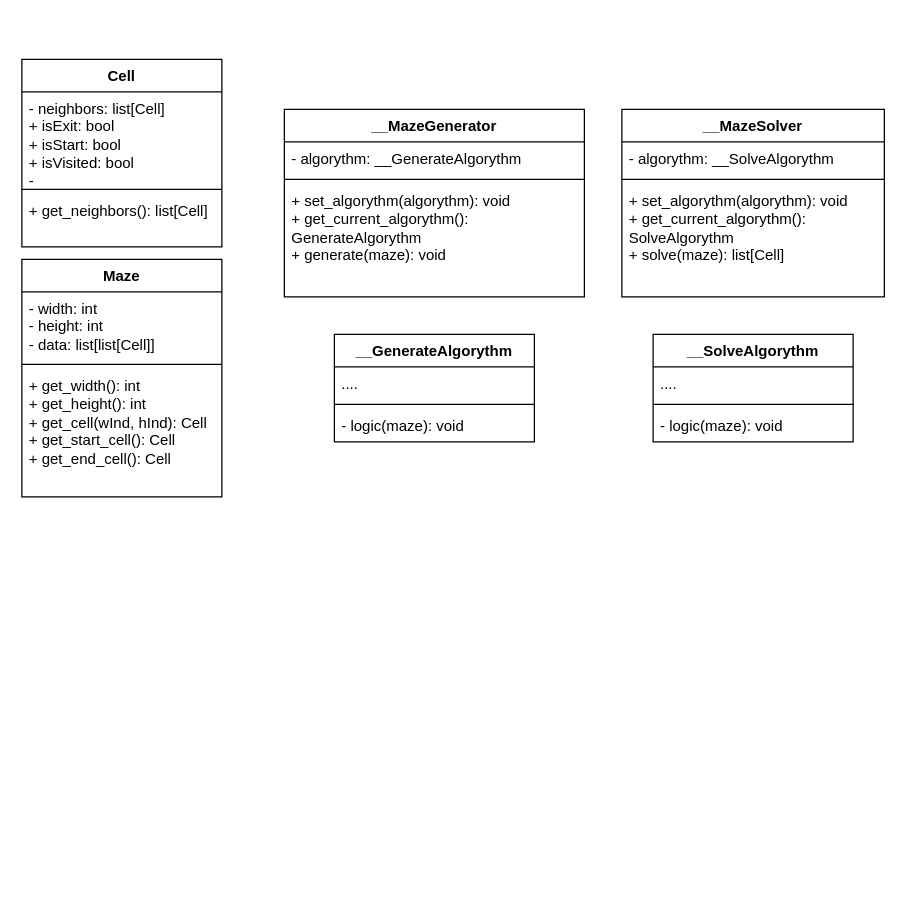
Before: extra/uml_design/uml.drawio in zonixx-it/maze-project, a draw.io diagram. Source tidied: cells renumbered, new cells numbered last; positions are measured from the earlier drawing's top-left corner, leaving out a move shared by most shapes. Both pictures are drawn from the tidied source at 125%, with x=0, y=0 at pixel (21, 59).
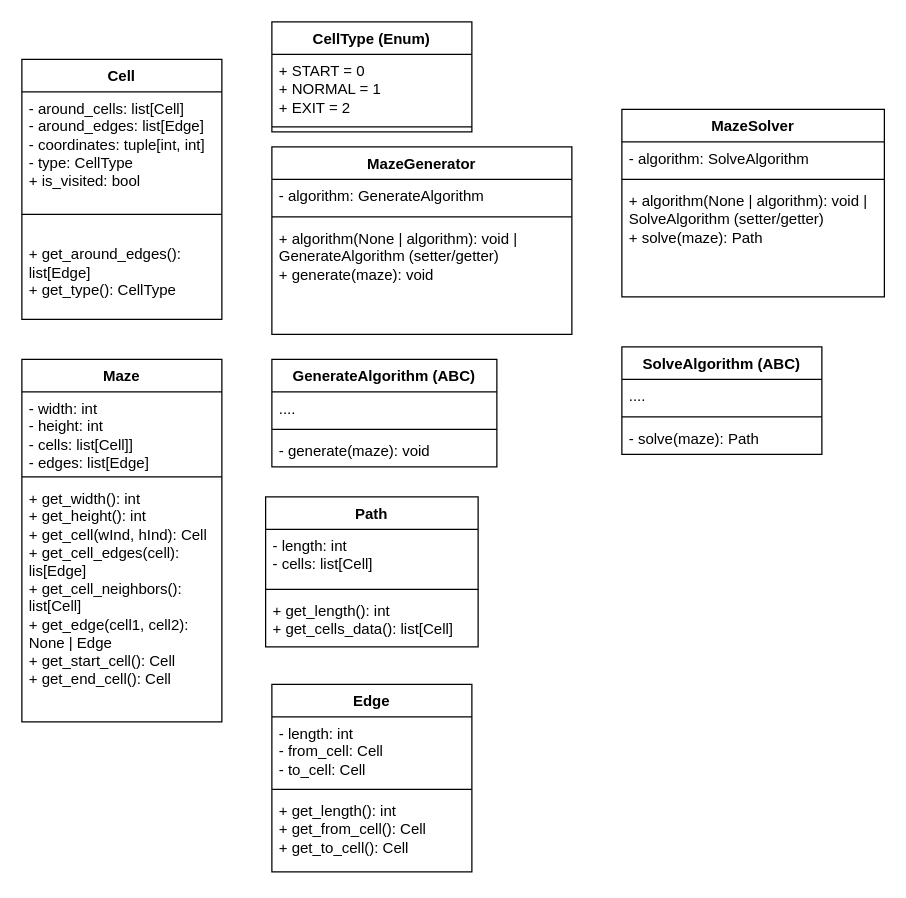
Above is the later version.

Commit message (it also covers changes not shown here):
docs: big refactor of UML design

- Add Path and Edge classes
- Change solvers and generators classes to abstract classes
- Add bunch of new methods and params
- Resolve type conclusions
- Fix syntax and logic mistakes

What changed in the source:
```diff
@@
     <mxCell id="2" value="Maze" style="swimlane;fontStyle=1;align=center;verticalAlign=top;horizontal=1;startSize=26;whiteSpace=wrap;html=1;" parent="1" vertex="1">
-      <mxGeometry y="160" width="160" height="190" as="geometry" />
+      <mxGeometry y="240" width="160" height="290" as="geometry" />
     </mxCell>
-    <mxCell id="3" value="&lt;div&gt;- width: int&lt;/div&gt;&lt;div&gt;- height: int&lt;/div&gt;&lt;div&gt;- data: list[list[Cell]]&lt;/div&gt;" style="text;strokeColor=none;fillColor=none;align=left;verticalAlign=top;spacingLeft=4;spacingRight=4;overflow=hidden;whiteSpace=wrap;html=1;" parent="2" vertex="1">
-      <mxGeometry y="26" width="160" height="54" as="geometry" />
+    <mxCell id="3" value="&lt;div&gt;- width: int&lt;/div&gt;&lt;div&gt;- height: int&lt;/div&gt;&lt;div&gt;- cells: list[Cell]]&lt;/div&gt;&lt;div&gt;- edges: list[Edge]&lt;/div&gt;" style="text;strokeColor=none;fillColor=none;align=left;verticalAlign=top;spacingLeft=4;spacingRight=4;overflow=hidden;whiteSpace=wrap;html=1;" parent="2" vertex="1">
+      <mxGeometry y="26" width="160" height="64" as="geometry" />
     </mxCell>
     <mxCell id="4" style="line;strokeWidth=1;fillColor=none;align=left;verticalAlign=middle;spacingTop=-1;spacingLeft=3;spacingRight=3;labelPosition=right;strokeColor=inherit;" parent="2" vertex="1">
-      <mxGeometry y="80" width="160" height="8" as="geometry" />
+      <mxGeometry y="90" width="160" height="8" as="geometry" />
     </mxCell>
-    <mxCell id="5" value="&lt;div&gt;+ get_width(): int&lt;/div&gt;&lt;div&gt;+ get_height(): int&lt;/div&gt;&lt;div&gt;+ get_cell(wInd, hInd): Cell&lt;/div&gt;&lt;div&gt;+ get_start_cell(): Cell&lt;/div&gt;&lt;div&gt;+ get_end_cell(): Cell&lt;/div&gt;&lt;div&gt;&lt;br&gt;&lt;/div&gt;" style="text;strokeColor=none;fillColor=none;align=left;verticalAlign=top;spacingLeft=4;spacingRight=4;overflow=hidden;whiteSpace=wrap;html=1;" parent="2" vertex="1">
-      <mxGeometry y="88" width="160" height="102" as="geometry" />
+    <mxCell id="5" value="&lt;div&gt;+ get_width(): int&lt;/div&gt;&lt;div&gt;+ get_height(): int&lt;/div&gt;&lt;div&gt;+ get_cell(wInd, hInd): Cell&lt;/div&gt;&lt;div&gt;+ get_cell_edges(cell): lis[Edge]&lt;/div&gt;&lt;div&gt;+ get_cell_neighbors(): list[Cell]&lt;/div&gt;&lt;div&gt;+ get_edge(cell1, cell2): None | Edge&lt;/div&gt;&lt;div&gt;+ get_start_cell(): Cell&lt;/div&gt;&lt;div&gt;+ get_end_cell(): Cell&lt;/div&gt;&lt;div&gt;&lt;br&gt;&lt;/div&gt;" style="text;strokeColor=none;fillColor=none;align=left;verticalAlign=top;spacingLeft=4;spacingRight=4;overflow=hidden;whiteSpace=wrap;html=1;" parent="2" vertex="1">
+      <mxGeometry y="98" width="160" height="192" as="geometry" />
     </mxCell>
-    <mxCell id="6" value="__MazeGenerator" style="swimlane;fontStyle=1;align=center;verticalAlign=top;horizontal=1;startSize=26;whiteSpace=wrap;html=1;" parent="1" vertex="1">
-      <mxGeometry x="210" y="40" width="240" height="150" as="geometry" />
+    <mxCell id="6" value="MazeGenerator" style="swimlane;fontStyle=1;align=center;verticalAlign=top;horizontal=1;startSize=26;whiteSpace=wrap;html=1;" parent="1" vertex="1">
+      <mxGeometry x="200" y="70" width="240" height="150" as="geometry" />
     </mxCell>
-    <mxCell id="7" value="- algorythm: __GenerateAlgorythm" style="text;strokeColor=none;fillColor=none;align=left;verticalAlign=top;spacingLeft=4;spacingRight=4;overflow=hidden;whiteSpace=wrap;html=1;" parent="6" vertex="1">
+    <mxCell id="7" value="- algorithm: GenerateAlgorithm" style="text;strokeColor=none;fillColor=none;align=left;verticalAlign=top;spacingLeft=4;spacingRight=4;overflow=hidden;whiteSpace=wrap;html=1;" parent="6" vertex="1">
       <mxGeometry y="26" width="240" height="26" as="geometry" />
     </mxCell>
@@
-    <mxCell id="9" value="&lt;div&gt;+ set_algorythm(algorythm): void&lt;/div&gt;&lt;div&gt;+ get_current_algorythm(): GenerateAlgorythm&lt;/div&gt;&lt;div&gt;+ generate(maze): void&lt;/div&gt;&lt;div&gt;&lt;br&gt;&lt;/div&gt;" style="text;strokeColor=none;fillColor=none;align=left;verticalAlign=top;spacingLeft=4;spacingRight=4;overflow=hidden;whiteSpace=wrap;html=1;" parent="6" vertex="1">
+    <mxCell id="9" value="&lt;div&gt;+ algorithm(None | algorithm): void | GenerateAlgorithm (setter/getter)&lt;/div&gt;&lt;div&gt;+ generate(maze): void&lt;/div&gt;&lt;div&gt;&lt;br&gt;&lt;/div&gt;" style="text;strokeColor=none;fillColor=none;align=left;verticalAlign=top;spacingLeft=4;spacingRight=4;overflow=hidden;whiteSpace=wrap;html=1;" parent="6" vertex="1">
       <mxGeometry y="60" width="240" height="90" as="geometry" />
     </mxCell>
     <mxCell id="10" value="Cell" style="swimlane;fontStyle=1;align=center;verticalAlign=top;horizontal=1;startSize=26;whiteSpace=wrap;html=1;" parent="1" vertex="1">
-      <mxGeometry width="160" height="150" as="geometry" />
+      <mxGeometry width="160" height="208" as="geometry" />
     </mxCell>
-    <mxCell id="11" value="&lt;div&gt;- neighbors: list[Cell]&lt;/div&gt;&lt;div&gt;+ isExit: bool&lt;/div&gt;&lt;div&gt;+ isStart: bool&lt;/div&gt;&lt;div&gt;+ isVisited: bool&lt;/div&gt;&lt;div&gt;-&lt;/div&gt;" style="text;strokeColor=none;fillColor=none;align=left;verticalAlign=top;spacingLeft=4;spacingRight=4;overflow=hidden;whiteSpace=wrap;html=1;" parent="10" vertex="1">
-      <mxGeometry y="26" width="160" height="74" as="geometry" />
+    <mxCell id="11" value="&lt;div&gt;- around_cells: list[Cell]&lt;/div&gt;&lt;div&gt;- around_edges: list[Edge]&lt;/div&gt;&lt;div&gt;- coordinates: tuple[int, int]&lt;/div&gt;- type: CellType&lt;div&gt;+ is_visited: bool&lt;/div&gt;" style="text;strokeColor=none;fillColor=none;align=left;verticalAlign=top;spacingLeft=4;spacingRight=4;overflow=hidden;whiteSpace=wrap;html=1;" parent="10" vertex="1">
+      <mxGeometry y="26" width="160" height="94" as="geometry" />
     </mxCell>
     <mxCell id="12" style="line;strokeWidth=1;fillColor=none;align=left;verticalAlign=middle;spacingTop=-1;spacingLeft=3;spacingRight=3;labelPosition=right;strokeColor=inherit;" parent="10" vertex="1">
-      <mxGeometry y="100" width="160" height="8" as="geometry" />
+      <mxGeometry y="120" width="160" height="8" as="geometry" />
     </mxCell>
-    <mxCell id="13" value="+ get_neighbors(): list[Cell]" style="text;strokeColor=none;fillColor=none;align=left;verticalAlign=top;spacingLeft=4;spacingRight=4;overflow=hidden;whiteSpace=wrap;html=1;" parent="10" vertex="1">
-      <mxGeometry y="108" width="160" height="42" as="geometry" />
+    <mxCell id="13" value="&lt;div&gt;&lt;br&gt;&lt;/div&gt;&lt;div&gt;+ get_around_edges(): list[Edge]&lt;/div&gt;&lt;div&gt;+ get_type(): CellType&lt;/div&gt;" style="text;strokeColor=none;fillColor=none;align=left;verticalAlign=top;spacingLeft=4;spacingRight=4;overflow=hidden;whiteSpace=wrap;html=1;" parent="10" vertex="1">
+      <mxGeometry y="128" width="160" height="80" as="geometry" />
     </mxCell>
-    <mxCell id="14" value="__GenerateAlgorythm" style="swimlane;fontStyle=1;align=center;verticalAlign=top;horizontal=1;startSize=26;whiteSpace=wrap;html=1;" parent="1" vertex="1">
-      <mxGeometry x="250" y="220" width="160" height="86" as="geometry" />
+    <mxCell id="14" value="GenerateAlgorithm (ABC)" style="swimlane;fontStyle=1;align=center;verticalAlign=top;horizontal=1;startSize=26;whiteSpace=wrap;html=1;" parent="1" vertex="1">
+      <mxGeometry x="200" y="240" width="180" height="86" as="geometry" />
     </mxCell>
     <mxCell id="15" value="...." style="text;strokeColor=none;fillColor=none;align=left;verticalAlign=top;spacingLeft=4;spacingRight=4;overflow=hidden;whiteSpace=wrap;html=1;" parent="14" vertex="1">
-      <mxGeometry y="26" width="160" height="26" as="geometry" />
+      <mxGeometry y="26" width="180" height="26" as="geometry" />
     </mxCell>
     <mxCell id="16" style="line;strokeWidth=1;fillColor=none;align=left;verticalAlign=middle;spacingTop=-1;spacingLeft=3;spacingRight=3;labelPosition=right;strokeColor=inherit;" parent="14" vertex="1">
-      <mxGeometry y="52" width="160" height="8" as="geometry" />
+      <mxGeometry y="52" width="180" height="8" as="geometry" />
     </mxCell>
-    <mxCell id="17" value="- logic(maze): void" style="text;strokeColor=none;fillColor=none;align=left;verticalAlign=top;spacingLeft=4;spacingRight=4;overflow=hidden;whiteSpace=wrap;html=1;" parent="14" vertex="1">
-      <mxGeometry y="60" width="160" height="26" as="geometry" />
+    <mxCell id="17" value="- generate(maze): void" style="text;strokeColor=none;fillColor=none;align=left;verticalAlign=top;spacingLeft=4;spacingRight=4;overflow=hidden;whiteSpace=wrap;html=1;" parent="14" vertex="1">
+      <mxGeometry y="60" width="180" height="26" as="geometry" />
     </mxCell>
-    <mxCell id="18" value="__SolveAlgorythm" style="swimlane;fontStyle=1;align=center;verticalAlign=top;horizontal=1;startSize=26;whiteSpace=wrap;html=1;" parent="1" vertex="1">
-      <mxGeometry x="505" y="220" width="160" height="86" as="geometry" />
+    <mxCell id="18" value="SolveAlgorithm (ABC)" style="swimlane;fontStyle=1;align=center;verticalAlign=top;horizontal=1;startSize=26;whiteSpace=wrap;html=1;" parent="1" vertex="1">
+      <mxGeometry x="480" y="230" width="160" height="86" as="geometry" />
     </mxCell>
@@
-    <mxCell id="21" value="- logic(maze): void" style="text;strokeColor=none;fillColor=none;align=left;verticalAlign=top;spacingLeft=4;spacingRight=4;overflow=hidden;whiteSpace=wrap;html=1;" parent="18" vertex="1">
+    <mxCell id="21" value="- solve(maze): Path" style="text;strokeColor=none;fillColor=none;align=left;verticalAlign=top;spacingLeft=4;spacingRight=4;overflow=hidden;whiteSpace=wrap;html=1;" parent="18" vertex="1">
       <mxGeometry y="60" width="160" height="26" as="geometry" />
     </mxCell>
-    <mxCell id="22" value="__MazeSolver" style="swimlane;fontStyle=1;align=center;verticalAlign=top;horizontal=1;startSize=26;whiteSpace=wrap;html=1;" parent="1" vertex="1">
+    <mxCell id="22" value="MazeSolver" style="swimlane;fontStyle=1;align=center;verticalAlign=top;horizontal=1;startSize=26;whiteSpace=wrap;html=1;" parent="1" vertex="1">
       <mxGeometry x="480" y="40" width="210" height="150" as="geometry" />
     </mxCell>
-    <mxCell id="23" value="- algorythm: __SolveAlgorythm" style="text;strokeColor=none;fillColor=none;align=left;verticalAlign=top;spacingLeft=4;spacingRight=4;overflow=hidden;whiteSpace=wrap;html=1;" parent="22" vertex="1">
+    <mxCell id="23" value="- algorithm: SolveAlgorithm" style="text;strokeColor=none;fillColor=none;align=left;verticalAlign=top;spacingLeft=4;spacingRight=4;overflow=hidden;whiteSpace=wrap;html=1;" parent="22" vertex="1">
       <mxGeometry y="26" width="210" height="26" as="geometry" />
     </mxCell>
@@
-    <mxCell id="25" value="&lt;div&gt;+ set_algorythm(algorythm): void&lt;/div&gt;&lt;div&gt;+ get_current_algorythm(): SolveAlgorythm&lt;/div&gt;&lt;div&gt;+ solve(maze): list[Cell]&lt;/div&gt;&lt;div&gt;&lt;br&gt;&lt;/div&gt;" style="text;strokeColor=none;fillColor=none;align=left;verticalAlign=top;spacingLeft=4;spacingRight=4;overflow=hidden;whiteSpace=wrap;html=1;" parent="22" vertex="1">
+    <mxCell id="25" value="&lt;div&gt;+ algorithm(None | algorithm): void | SolveAlgorithm (setter/getter)&lt;/div&gt;&lt;div&gt;+ solve(maze): Path&lt;/div&gt;&lt;div&gt;&lt;br&gt;&lt;/div&gt;" style="text;strokeColor=none;fillColor=none;align=left;verticalAlign=top;spacingLeft=4;spacingRight=4;overflow=hidden;whiteSpace=wrap;html=1;" parent="22" vertex="1">
       <mxGeometry y="60" width="210" height="90" as="geometry" />
     </mxCell>
+    <mxCell id="26" value="Edge" style="swimlane;fontStyle=1;align=center;verticalAlign=top;horizontal=1;startSize=26;whiteSpace=wrap;html=1;" parent="1" vertex="1">
+      <mxGeometry x="200" y="500" width="160" height="150" as="geometry" />
+    </mxCell>
+    <mxCell id="27" value="&lt;div&gt;- length: int&lt;/div&gt;&lt;div&gt;- from_cell: Cell&lt;/div&gt;&lt;div&gt;- to_cell: Cell&lt;/div&gt;" style="text;strokeColor=none;fillColor=none;align=left;verticalAlign=top;spacingLeft=4;spacingRight=4;overflow=hidden;whiteSpace=wrap;html=1;" parent="26" vertex="1">
+      <mxGeometry y="26" width="160" height="54" as="geometry" />
+    </mxCell>
+    <mxCell id="28" style="line;strokeWidth=1;fillColor=none;align=left;verticalAlign=middle;spacingTop=-1;spacingLeft=3;spacingRight=3;labelPosition=right;strokeColor=inherit;" parent="26" vertex="1">
+      <mxGeometry y="80" width="160" height="8" as="geometry" />
+    </mxCell>
+    <mxCell id="29" value="&lt;div&gt;+ get_length(): int&lt;/div&gt;&lt;div&gt;+ get_from_cell(): Cell&lt;/div&gt;&lt;div&gt;+ get_to_cell(): Cell&lt;/div&gt;" style="text;strokeColor=none;fillColor=none;align=left;verticalAlign=top;spacingLeft=4;spacingRight=4;overflow=hidden;whiteSpace=wrap;html=1;" parent="26" vertex="1">
+      <mxGeometry y="88" width="160" height="62" as="geometry" />
+    </mxCell>
+    <mxCell id="30" value="Path" style="swimlane;fontStyle=1;align=center;verticalAlign=top;horizontal=1;startSize=26;whiteSpace=wrap;html=1;" parent="1" vertex="1">
+      <mxGeometry x="195" y="350" width="170" height="120" as="geometry" />
+    </mxCell>
+    <mxCell id="31" value="&lt;div&gt;- length: int&lt;/div&gt;&lt;div&gt;- cells: list[Cell]&lt;/div&gt;" style="text;strokeColor=none;fillColor=none;align=left;verticalAlign=top;spacingLeft=4;spacingRight=4;overflow=hidden;whiteSpace=wrap;html=1;" parent="30" vertex="1">
+      <mxGeometry y="26" width="170" height="44" as="geometry" />
+    </mxCell>
+    <mxCell id="32" style="line;strokeWidth=1;fillColor=none;align=left;verticalAlign=middle;spacingTop=-1;spacingLeft=3;spacingRight=3;labelPosition=right;strokeColor=inherit;" parent="30" vertex="1">
+      <mxGeometry y="70" width="170" height="8" as="geometry" />
+    </mxCell>
+    <mxCell id="33" value="&lt;div&gt;+ get_length(): int&lt;/div&gt;&lt;div&gt;+ get_cells_data(): list[Cell]&lt;/div&gt;" style="text;strokeColor=none;fillColor=none;align=left;verticalAlign=top;spacingLeft=4;spacingRight=4;overflow=hidden;whiteSpace=wrap;html=1;" parent="30" vertex="1">
+      <mxGeometry y="78" width="170" height="42" as="geometry" />
+    </mxCell>
+    <mxCell id="34" value="CellType (Enum)" style="swimlane;fontStyle=1;align=center;verticalAlign=top;horizontal=1;startSize=26;whiteSpace=wrap;html=1;" parent="1" vertex="1">
+      <mxGeometry x="200" y="-30" width="160" height="88" as="geometry" />
+    </mxCell>
+    <mxCell id="35" value="&lt;div&gt;+ START = 0&lt;/div&gt;&lt;div&gt;+ NORMAL = 1&lt;/div&gt;&lt;div&gt;+ EXIT = 2&lt;/div&gt;" style="text;strokeColor=none;fillColor=none;align=left;verticalAlign=top;spacingLeft=4;spacingRight=4;overflow=hidden;whiteSpace=wrap;html=1;" parent="34" vertex="1">
+      <mxGeometry y="26" width="160" height="54" as="geometry" />
+    </mxCell>
+    <mxCell id="36" style="line;strokeWidth=1;fillColor=none;align=left;verticalAlign=middle;spacingTop=-1;spacingLeft=3;spacingRight=3;labelPosition=right;strokeColor=inherit;" parent="34" vertex="1">
+      <mxGeometry y="80" width="160" height="8" as="geometry" />
+    </mxCell>
```
